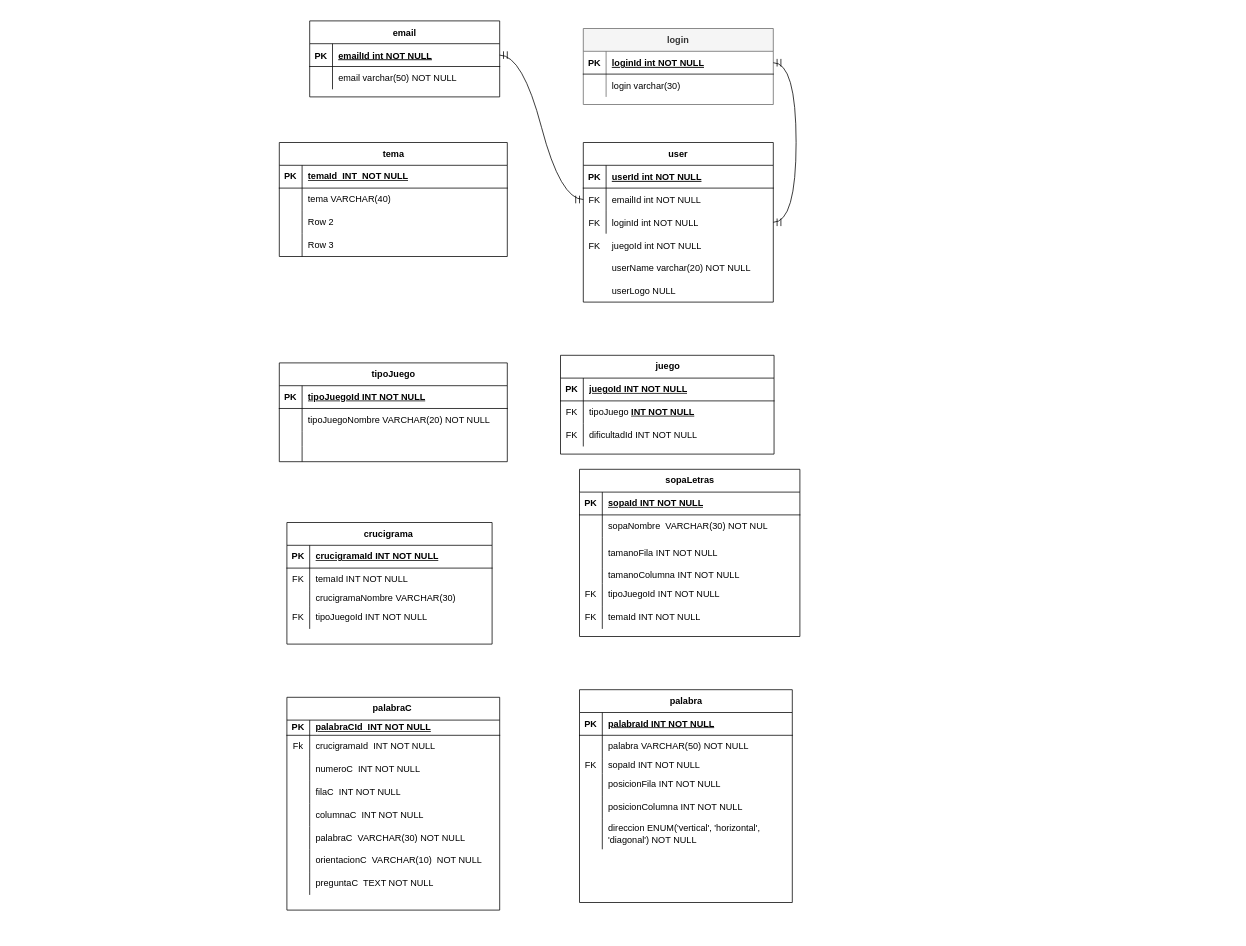
This is img/Diagrama sin título.drawio from MasacradorM/juegoConjuntos, a draw.io file, before an edit. Source tidied: cells renumbered, new cells numbered last; positions are measured from the earlier drawing's top-left corner, leaving out a move shared by most shapes. Both pictures are drawn from the tidied source at 76%, with x=0, y=0 at pixel (279, 21).
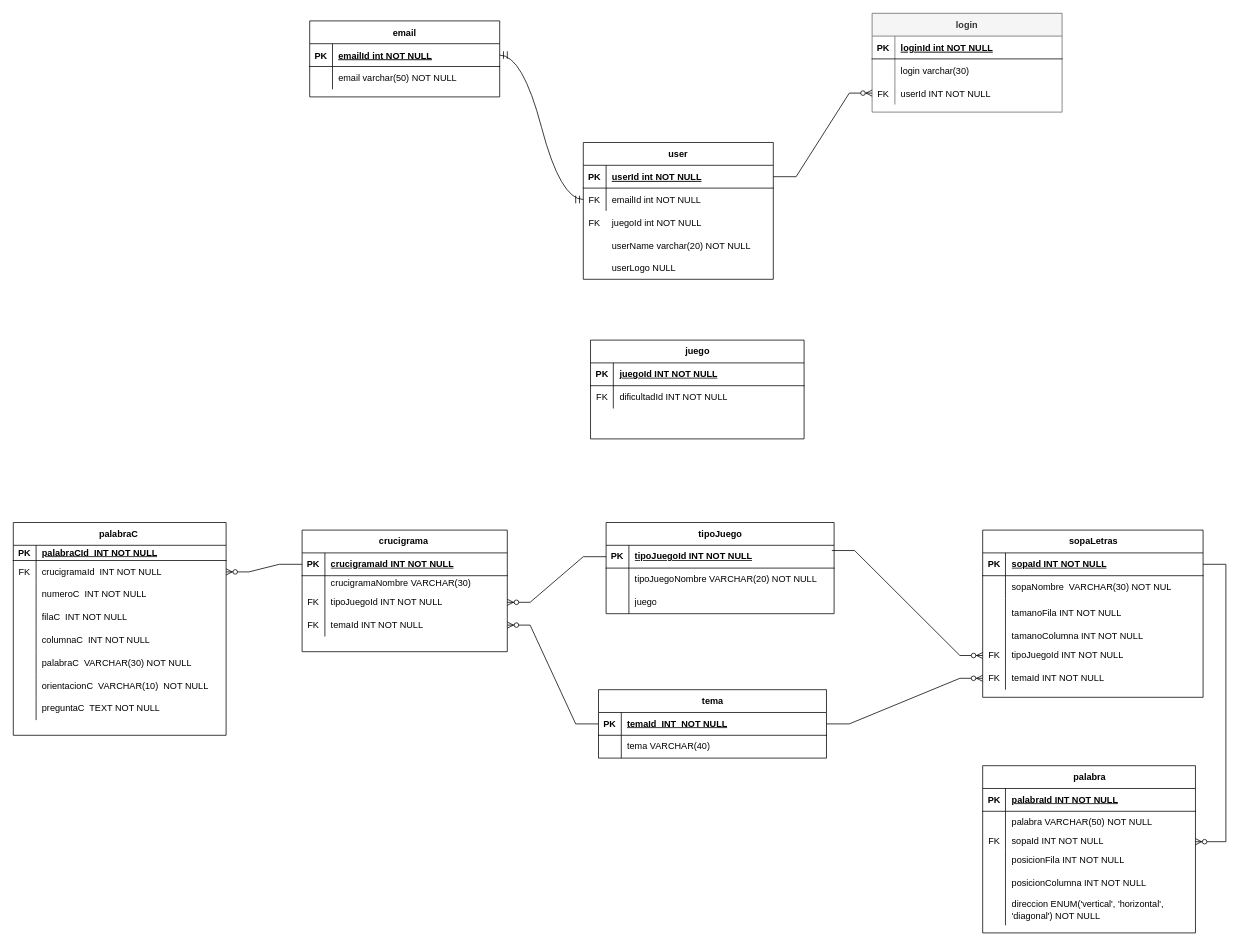
After the change.

Unchanged cells that the change refers to:
```xml
<mxCell id="3" style="shape=partialRectangle;fillColor=none;points=[[0,0.5],[1,0.5]];portConstraint=eastwest;top=0;left=0;right=0;bottom=1;" parent="2" vertex="1">
  <mxGeometry y="30" width="250" height="30" as="geometry" />
</mxCell>
<mxCell id="13" style="shape=partialRectangle;fillColor=none;points=[[0,0.5],[1,0.5]];portConstraint=eastwest;top=0;left=0;right=0;bottom=1;" parent="12" vertex="1">
  <mxGeometry y="30" width="250" height="30" as="geometry" />
</mxCell>
<mxCell id="44" style="shape=tableRow;horizontal=0;startSize=0;swimlaneHead=0;swimlaneBody=0;fillColor=none;points=[[0,0.5],[1,0.5]];portConstraint=eastwest;top=0;left=0;right=0;bottom=1;" parent="43" vertex="1">
  <mxGeometry y="30" width="300" height="30" as="geometry" />
</mxCell>
<mxCell id="57" style="shape=tableRow;horizontal=0;startSize=0;swimlaneHead=0;swimlaneBody=0;fillColor=none;points=[[0,0.5],[1,0.5]];portConstraint=eastwest;top=0;left=0;right=0;bottom=1;" parent="56" vertex="1">
  <mxGeometry y="30" width="270" height="30" as="geometry" />
</mxCell>
<mxCell id="70" style="shape=tableRow;horizontal=0;startSize=0;swimlaneHead=0;swimlaneBody=0;fillColor=none;points=[[0,0.5],[1,0.5]];portConstraint=eastwest;top=0;left=0;right=0;bottom=1;" parent="69" vertex="1">
  <mxGeometry y="30" width="290" height="30" as="geometry" />
</mxCell>
<mxCell id="82" style="shape=tableRow;horizontal=0;startSize=0;swimlaneHead=0;swimlaneBody=0;fillColor=none;points=[[0,0.5],[1,0.5]];portConstraint=eastwest;top=0;left=0;right=0;bottom=0;" parent="69" vertex="1">
  <mxGeometry y="150" width="290" height="30" as="geometry" />
</mxCell>
<mxCell id="85" style="shape=tableRow;horizontal=0;startSize=0;swimlaneHead=0;swimlaneBody=0;fillColor=none;points=[[0,0.5],[1,0.5]];portConstraint=eastwest;top=0;left=0;right=0;bottom=0;" parent="69" vertex="1">
  <mxGeometry y="180" width="290" height="30" as="geometry" />
</mxCell>
<mxCell id="95" style="shape=tableRow;horizontal=0;startSize=0;swimlaneHead=0;swimlaneBody=0;fillColor=none;points=[[0,0.5],[1,0.5]];portConstraint=eastwest;top=0;left=0;right=0;bottom=0;" parent="88" vertex="1">
  <mxGeometry y="90" width="280" height="20" as="geometry" />
</mxCell>
<mxCell id="111" style="shape=tableRow;horizontal=0;startSize=0;swimlaneHead=0;swimlaneBody=0;fillColor=none;points=[[0,0.5],[1,0.5]];portConstraint=eastwest;top=0;left=0;right=0;bottom=0;" parent="107" vertex="1">
  <mxGeometry y="50" width="280" height="30" as="geometry" />
</mxCell>
<mxCell id="133" style="shape=tableRow;horizontal=0;startSize=0;swimlaneHead=0;swimlaneBody=0;fillColor=none;points=[[0,0.5],[1,0.5]];portConstraint=eastwest;top=0;left=0;right=0;bottom=1;" parent="132" vertex="1">
  <mxGeometry y="30" width="300" height="30" as="geometry" />
</mxCell>
```

Change to the diagram source:
```diff
@@
     <mxCell id="2" value="user" style="shape=table;startSize=30;childLayout=tableLayout;rowLines=0;fontStyle=1;align=center;" parent="1" vertex="1">
-      <mxGeometry x="400" y="160" width="250" height="210" as="geometry" />
+      <mxGeometry x="400" y="160" width="250" height="180" as="geometry" />
     </mxCell>
@@
-    <mxCell id="9" style="shape=partialRectangle;fillColor=none;points=[[0,0.5],[1,0.5]];portConstraint=eastwest;top=0;left=0;right=0;bottom=0;" parent="2" vertex="1">
-      <mxGeometry y="90" width="250" height="30" as="geometry" />
-    </mxCell>
-    <mxCell id="10" value="FK" style="shape=partialRectangle;overflow=hidden;fillColor=none;top=0;left=0;bottom=0;right=0;" parent="9" vertex="1">
-      <mxGeometry width="30" height="30" as="geometry" />
-    </mxCell>
-    <mxCell id="11" value="loginId int NOT NULL" style="shape=partialRectangle;overflow=hidden;fillColor=none;top=0;left=0;bottom=0;right=0;align=left;spacingLeft=6;" parent="9" vertex="1">
-      <mxGeometry x="30" width="220" height="30" as="geometry" />
-    </mxCell>
     <mxCell id="12" value="login" style="shape=table;startSize=30;childLayout=tableLayout;rowLines=0;fontStyle=1;align=center;fillColor=#f5f5f5;strokeColor=#666666;fontColor=#333333;" parent="1" vertex="1">
-      <mxGeometry x="400" y="10" width="250" height="100" as="geometry" />
+      <mxGeometry x="780" y="-10" width="250" height="130" as="geometry" />
     </mxCell>
@@
+    <mxCell id="9" style="shape=partialRectangle;fillColor=none;points=[[0,0.5],[1,0.5]];portConstraint=eastwest;top=0;left=0;right=0;bottom=0;" parent="12" vertex="1">
+      <mxGeometry y="90" width="250" height="30" as="geometry" />
+    </mxCell>
+    <mxCell id="10" value="FK" style="shape=partialRectangle;overflow=hidden;fillColor=none;top=0;left=0;bottom=0;right=0;" parent="9" vertex="1">
+      <mxGeometry width="30" height="30" as="geometry" />
+    </mxCell>
+    <mxCell id="145" value="userId INT NOT NULL" style="shape=partialRectangle;overflow=hidden;fillColor=none;top=0;left=0;bottom=0;right=0;align=left;spacingLeft=6;" parent="9" vertex="1">
+      <mxGeometry x="30" width="220" height="30" as="geometry" />
+    </mxCell>
@@
-    <mxCell id="27" style="edgeStyle=entityRelationEdgeStyle;fontSize=12;html=1;endArrow=ERmandOne;startArrow=ERmandOne;rounded=0;startSize=8;endSize=8;curved=1;entryX=1;entryY=0.5;entryDx=0;entryDy=0;exitX=1;exitY=0.5;exitDx=0;exitDy=0;" parent="1" edge="1" source="13" target="9">
-      <mxGeometry relative="1" as="geometry" />
-    </mxCell>
     <mxCell id="28" value="userName varchar(20) NOT NULL" style="shape=partialRectangle;overflow=hidden;fillColor=none;top=0;left=0;bottom=0;right=0;align=left;spacingLeft=6;" parent="1" vertex="1">
-      <mxGeometry x="430" y="310" width="220" height="30" as="geometry" />
+      <mxGeometry x="430" y="280" width="220" height="30" as="geometry" />
     </mxCell>
     <mxCell id="29" value="userLogo NULL" style="shape=partialRectangle;overflow=hidden;fillColor=none;top=0;left=0;bottom=0;right=0;align=left;spacingLeft=6;" parent="1" vertex="1">
-      <mxGeometry x="430" y="340" width="220" height="30" as="geometry" />
+      <mxGeometry x="430" y="310" width="220" height="30" as="geometry" />
     </mxCell>
     <mxCell id="30" style="shape=partialRectangle;fillColor=none;top=0;left=0;right=0;bottom=0;" parent="1" vertex="1">
-      <mxGeometry x="400" y="280" width="250" height="30" as="geometry" />
+      <mxGeometry x="400" y="250" width="250" height="30" as="geometry" />
     </mxCell>
@@
     <mxCell id="33" value="juego" style="shape=table;startSize=30;childLayout=tableLayout;rowLines=0;fontStyle=1;align=center;html=1;" parent="1" vertex="1">
-      <mxGeometry x="370" y="440" width="281" height="130" as="geometry" />
+      <mxGeometry x="409.5" y="420" width="281" height="130" as="geometry" />
     </mxCell>
@@
-    <mxCell id="37" style="shape=tableRow;horizontal=0;startSize=0;swimlaneHead=0;swimlaneBody=0;fillColor=none;top=0;left=0;right=0;bottom=0;" parent="33" vertex="1">
-      <mxGeometry y="60" width="281" height="30" as="geometry" />
-    </mxCell>
-    <mxCell id="38" value="FK" style="shape=partialRectangle;fillColor=none;top=0;left=0;bottom=0;right=0;overflow=hidden;whiteSpace=wrap;html=1;" parent="37" vertex="1">
-      <mxGeometry width="30" height="30" as="geometry" />
-    </mxCell>
-    <mxCell id="39" value="tipoJuego&amp;nbsp;&lt;span style=&quot;font-weight: 700; text-decoration-line: underline;&quot;&gt;INT NOT NULL&lt;/span&gt;" style="shape=partialRectangle;fillColor=none;top=0;left=0;bottom=0;right=0;align=left;spacingLeft=6;overflow=hidden;whiteSpace=wrap;html=1;" parent="37" vertex="1">
-      <mxGeometry x="30" width="251" height="30" as="geometry" />
-    </mxCell>
     <mxCell id="40" style="shape=tableRow;horizontal=0;startSize=0;swimlaneHead=0;swimlaneBody=0;fillColor=none;top=0;left=0;right=0;bottom=0;" parent="33" vertex="1">
-      <mxGeometry y="90" width="281" height="30" as="geometry" />
+      <mxGeometry y="60" width="281" height="30" as="geometry" />
     </mxCell>
@@
     <mxCell id="43" value="tipoJuego" style="shape=table;startSize=30;childLayout=tableLayout;rowLines=0;fontStyle=1;align=center;html=1;" parent="1" vertex="1">
-      <mxGeometry y="450" width="300" height="130" as="geometry" />
+      <mxGeometry x="430" y="660" width="300" height="120" as="geometry" />
     </mxCell>
@@
-    <mxCell id="50" style="shape=tableRow;horizontal=0;startSize=0;swimlaneHead=0;swimlaneBody=0;fillColor=none;top=0;left=0;right=0;bottom=0;" parent="43" vertex="1">
-      <mxGeometry y="90" width="300" height="20" as="geometry" />
-    </mxCell>
-    <mxCell id="51" style="shape=partialRectangle;fillColor=none;top=0;left=0;bottom=0;right=0;overflow=hidden;whiteSpace=wrap;html=1;" parent="50" vertex="1">
-      <mxGeometry width="30" height="20" as="geometry" />
-    </mxCell>
-    <mxCell id="52" style="shape=partialRectangle;fillColor=none;top=0;left=0;bottom=0;right=0;align=left;spacingLeft=6;overflow=hidden;whiteSpace=wrap;html=1;" parent="50" vertex="1">
-      <mxGeometry x="30" width="270" height="20" as="geometry" />
-    </mxCell>
     <mxCell id="53" style="shape=tableRow;horizontal=0;startSize=0;swimlaneHead=0;swimlaneBody=0;fillColor=none;top=0;left=0;right=0;bottom=0;" parent="43" vertex="1">
-      <mxGeometry y="110" width="300" height="20" as="geometry" />
+      <mxGeometry y="90" width="300" height="30" as="geometry" />
     </mxCell>
     <mxCell id="54" style="shape=partialRectangle;fillColor=none;top=0;left=0;bottom=0;right=0;overflow=hidden;whiteSpace=wrap;html=1;" parent="53" vertex="1">
-      <mxGeometry width="30" height="20" as="geometry" />
+      <mxGeometry width="30" height="30" as="geometry" />
     </mxCell>
-    <mxCell id="55" style="shape=partialRectangle;fillColor=none;top=0;left=0;bottom=0;right=0;align=left;spacingLeft=6;overflow=hidden;whiteSpace=wrap;html=1;" parent="53" vertex="1">
-      <mxGeometry x="30" width="270" height="20" as="geometry" />
+    <mxCell id="55" value="juego" style="shape=partialRectangle;fillColor=none;top=0;left=0;bottom=0;right=0;align=left;spacingLeft=6;overflow=hidden;whiteSpace=wrap;html=1;" parent="53" vertex="1">
+      <mxGeometry x="30" width="270" height="30" as="geometry" />
     </mxCell>
     <mxCell id="56" value="crucigrama&amp;nbsp;" style="shape=table;startSize=30;childLayout=tableLayout;rowLines=0;fontStyle=1;align=center;html=1;" parent="1" vertex="1">
-      <mxGeometry x="10" y="660" width="270" height="160" as="geometry" />
+      <mxGeometry x="30" y="670" width="270" height="160" as="geometry" />
     </mxCell>
@@
-    <mxCell id="60" style="shape=tableRow;horizontal=0;startSize=0;swimlaneHead=0;swimlaneBody=0;fillColor=none;points=[[0,0.5],[1,0.5]];portConstraint=eastwest;top=0;left=0;right=0;bottom=0;" parent="56" vertex="1">
-      <mxGeometry y="60" width="270" height="30" as="geometry" />
-    </mxCell>
-    <mxCell id="61" value="FK" style="shape=partialRectangle;fillColor=none;top=0;left=0;bottom=0;right=0;overflow=hidden;whiteSpace=wrap;html=1;" parent="60" vertex="1">
-      <mxGeometry width="30" height="30" as="geometry" />
-    </mxCell>
-    <mxCell id="62" value="temaId INT NOT NULL" style="shape=partialRectangle;fillColor=none;top=0;left=0;bottom=0;right=0;align=left;spacingLeft=6;overflow=hidden;whiteSpace=wrap;html=1;" parent="60" vertex="1">
-      <mxGeometry x="30" width="240" height="30" as="geometry" />
-    </mxCell>
     <mxCell id="63" style="shape=tableRow;horizontal=0;startSize=0;swimlaneHead=0;swimlaneBody=0;fillColor=none;top=0;left=0;right=0;bottom=0;" parent="56" vertex="1">
-      <mxGeometry y="90" width="270" height="20" as="geometry" />
+      <mxGeometry y="60" width="270" height="20" as="geometry" />
     </mxCell>
@@
     <mxCell id="66" style="shape=tableRow;horizontal=0;startSize=0;swimlaneHead=0;swimlaneBody=0;fillColor=none;points=[[0,0.5],[1,0.5]];portConstraint=eastwest;top=0;left=0;right=0;bottom=0;" parent="56" vertex="1">
-      <mxGeometry y="110" width="270" height="30" as="geometry" />
+      <mxGeometry y="80" width="270" height="30" as="geometry" />
     </mxCell>
@@
+    <mxCell id="60" style="shape=tableRow;horizontal=0;startSize=0;swimlaneHead=0;swimlaneBody=0;fillColor=none;points=[[0,0.5],[1,0.5]];portConstraint=eastwest;top=0;left=0;right=0;bottom=0;" parent="56" vertex="1">
+      <mxGeometry y="110" width="270" height="30" as="geometry" />
+    </mxCell>
+    <mxCell id="61" value="FK" style="shape=partialRectangle;fillColor=none;top=0;left=0;bottom=0;right=0;overflow=hidden;whiteSpace=wrap;html=1;" parent="60" vertex="1">
+      <mxGeometry width="30" height="30" as="geometry" />
+    </mxCell>
+    <mxCell id="62" value="temaId INT NOT NULL" style="shape=partialRectangle;fillColor=none;top=0;left=0;bottom=0;right=0;align=left;spacingLeft=6;overflow=hidden;whiteSpace=wrap;html=1;" parent="60" vertex="1">
+      <mxGeometry x="30" width="240" height="30" as="geometry" />
+    </mxCell>
     <mxCell id="69" value="sopaLetras" style="shape=table;startSize=30;childLayout=tableLayout;rowLines=0;fontStyle=1;align=center;html=1;" parent="1" vertex="1">
-      <mxGeometry x="395" y="590" width="290" height="220" as="geometry" />
+      <mxGeometry x="925.5" y="670" width="290" height="220" as="geometry" />
     </mxCell>
@@
     <mxCell id="88" value="palabra" style="shape=table;startSize=30;childLayout=tableLayout;rowLines=0;fontStyle=1;align=center;html=1;" parent="1" vertex="1">
-      <mxGeometry x="395" y="880" width="280" height="280" as="geometry" />
+      <mxGeometry x="925.5" y="980" width="280" height="220" as="geometry" />
     </mxCell>
@@
     <mxCell id="107" value="palabraC&amp;nbsp;" style="shape=table;startSize=30;childLayout=tableLayout;rowLines=0;fontStyle=1;align=center;html=1;" parent="1" vertex="1">
-      <mxGeometry x="10" y="890" width="280" height="280" as="geometry" />
+      <mxGeometry x="-350" y="660" width="280" height="280" as="geometry" />
     </mxCell>
@@
-    <mxCell id="112" value="Fk" style="shape=partialRectangle;fillColor=none;top=0;left=0;bottom=0;right=0;overflow=hidden;whiteSpace=wrap;html=1;" parent="111" vertex="1">
+    <mxCell id="112" value="FK" style="shape=partialRectangle;fillColor=none;top=0;left=0;bottom=0;right=0;overflow=hidden;whiteSpace=wrap;html=1;" parent="111" vertex="1">
       <mxGeometry width="30" height="30" as="geometry" />
     </mxCell>
@@
     <mxCell id="132" value="tema" style="shape=table;startSize=30;childLayout=tableLayout;rowLines=0;fontStyle=1;align=center;html=1;" parent="1" vertex="1">
-      <mxGeometry y="160" width="300" height="150" as="geometry" />
+      <mxGeometry x="420" y="880" width="300" height="90" as="geometry" />
     </mxCell>
@@
-    <mxCell id="139" style="shape=tableRow;horizontal=0;startSize=0;swimlaneHead=0;swimlaneBody=0;fillColor=none;top=0;left=0;right=0;bottom=0;" parent="132" vertex="1">
-      <mxGeometry y="90" width="300" height="30" as="geometry" />
-    </mxCell>
-    <mxCell id="140" style="shape=partialRectangle;fillColor=none;top=0;left=0;bottom=0;right=0;overflow=hidden;whiteSpace=wrap;html=1;" parent="139" vertex="1">
-      <mxGeometry width="30" height="30" as="geometry" />
-    </mxCell>
-    <mxCell id="141" value="Row 2" style="shape=partialRectangle;fillColor=none;top=0;left=0;bottom=0;right=0;align=left;spacingLeft=6;overflow=hidden;whiteSpace=wrap;html=1;" parent="139" vertex="1">
-      <mxGeometry x="30" width="270" height="30" as="geometry" />
-    </mxCell>
-    <mxCell id="142" style="shape=tableRow;horizontal=0;startSize=0;swimlaneHead=0;swimlaneBody=0;fillColor=none;top=0;left=0;right=0;bottom=0;" parent="132" vertex="1">
-      <mxGeometry y="120" width="300" height="30" as="geometry" />
-    </mxCell>
-    <mxCell id="143" style="shape=partialRectangle;fillColor=none;top=0;left=0;bottom=0;right=0;overflow=hidden;whiteSpace=wrap;html=1;" parent="142" vertex="1">
-      <mxGeometry width="30" height="30" as="geometry" />
-    </mxCell>
-    <mxCell id="144" value="Row 3" style="shape=partialRectangle;fillColor=none;top=0;left=0;bottom=0;right=0;align=left;spacingLeft=6;overflow=hidden;whiteSpace=wrap;html=1;" parent="142" vertex="1">
-      <mxGeometry x="30" width="270" height="30" as="geometry" />
-    </mxCell>
+    <mxCell id="146" style="edgeStyle=entityRelationEdgeStyle;fontSize=12;html=1;endArrow=ERzeroToMany;endFill=1;rounded=0;" parent="1" edge="1" source="3" target="9">
+      <mxGeometry relative="1" as="geometry" />
+    </mxCell>
+    <mxCell id="147" style="edgeStyle=entityRelationEdgeStyle;fontSize=12;html=1;endArrow=ERzeroToMany;endFill=1;rounded=0;" parent="1" edge="1" source="57" target="111">
+      <mxGeometry relative="1" as="geometry">
+        <Array as="points">
+          <mxPoint x="-50" y="860" />
+        </Array>
+      </mxGeometry>
+    </mxCell>
+    <mxCell id="148" style="edgeStyle=entityRelationEdgeStyle;fontSize=12;html=1;endArrow=ERzeroToMany;endFill=1;rounded=0;exitX=0;exitY=0.5;exitDx=0;exitDy=0;" parent="1" edge="1" source="133" target="60">
+      <mxGeometry relative="1" as="geometry">
+        <Array as="points">
+          <mxPoint x="420" y="920" />
+        </Array>
+      </mxGeometry>
+    </mxCell>
+    <mxCell id="149" style="edgeStyle=entityRelationEdgeStyle;fontSize=12;html=1;endArrow=ERzeroToMany;endFill=1;rounded=0;exitX=0;exitY=0.5;exitDx=0;exitDy=0;entryX=1;entryY=0.5;entryDx=0;entryDy=0;" parent="1" edge="1" source="44" target="66">
+      <mxGeometry relative="1" as="geometry">
+        <Array as="points">
+          <mxPoint x="435" y="645" />
+          <mxPoint x="380" y="620" />
+          <mxPoint x="370" y="630" />
+          <mxPoint x="410" y="630" />
+          <mxPoint x="315" y="740" />
+        </Array>
+      </mxGeometry>
+    </mxCell>
+    <mxCell id="150" style="edgeStyle=entityRelationEdgeStyle;fontSize=12;html=1;endArrow=ERzeroToMany;endFill=1;rounded=0;" parent="1" edge="1" source="133" target="85">
+      <mxGeometry relative="1" as="geometry">
+        <Array as="points">
+          <mxPoint x="910" y="915" />
+        </Array>
+      </mxGeometry>
+    </mxCell>
+    <mxCell id="151" style="edgeStyle=entityRelationEdgeStyle;fontSize=12;html=1;endArrow=ERzeroToMany;endFill=1;rounded=0;" parent="1" edge="1" source="70" target="95">
+      <mxGeometry relative="1" as="geometry">
+        <Array as="points">
+          <mxPoint x="1340" y="955" />
+        </Array>
+      </mxGeometry>
+    </mxCell>
+    <mxCell id="152" style="edgeStyle=entityRelationEdgeStyle;fontSize=12;html=1;endArrow=ERzeroToMany;endFill=1;rounded=0;exitX=0.99;exitY=0.23;exitDx=0;exitDy=0;exitPerimeter=0;" parent="1" edge="1" source="44" target="82">
+      <mxGeometry relative="1" as="geometry">
+        <Array as="points">
+          <mxPoint x="890" y="830" />
+          <mxPoint x="920" y="840" />
+        </Array>
+      </mxGeometry>
+    </mxCell>
```
